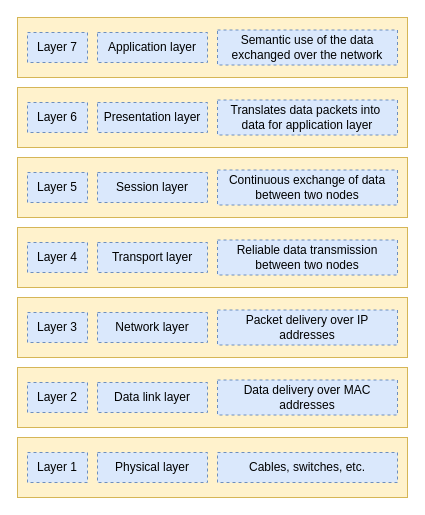
abunuwas/api-sec-book-imgs keeps this draw.io diagram as page "9.13" (13 of 20) of ch09.drawio. Above is the earlier version. Source tidied: cells renumbered, new cells numbered last; positions are measured from the earlier drawing's top-left corner, leaving out a move shared by most shapes. Both pictures are drawn from the tidied source at 100%, with x=0, y=0 at pixel (17, 17).
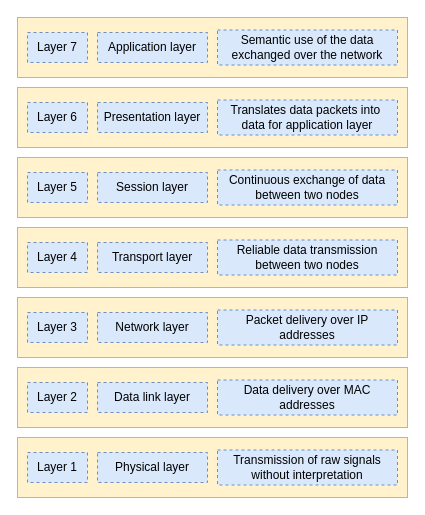
After the change.

The edit, as a diff of the source:
```diff
@@
-    <mxCell id="5" value="Cables, switches, etc." style="text;html=1;align=center;verticalAlign=middle;whiteSpace=wrap;rounded=0;strokeColor=#6c8ebf;dashed=1;fillColor=#dae8fc;" parent="1" vertex="1">
-      <mxGeometry x="200" y="435" width="180" height="30" as="geometry" />
-    </mxCell>
@@
+    <mxCell id="30" value="Transmission of raw signals without interpretation" style="text;html=1;align=center;verticalAlign=middle;whiteSpace=wrap;rounded=0;strokeColor=#6c8ebf;dashed=1;fillColor=#dae8fc;" parent="1" vertex="1">
+      <mxGeometry x="200" y="432.5" width="180" height="35" as="geometry" />
+    </mxCell>
```
